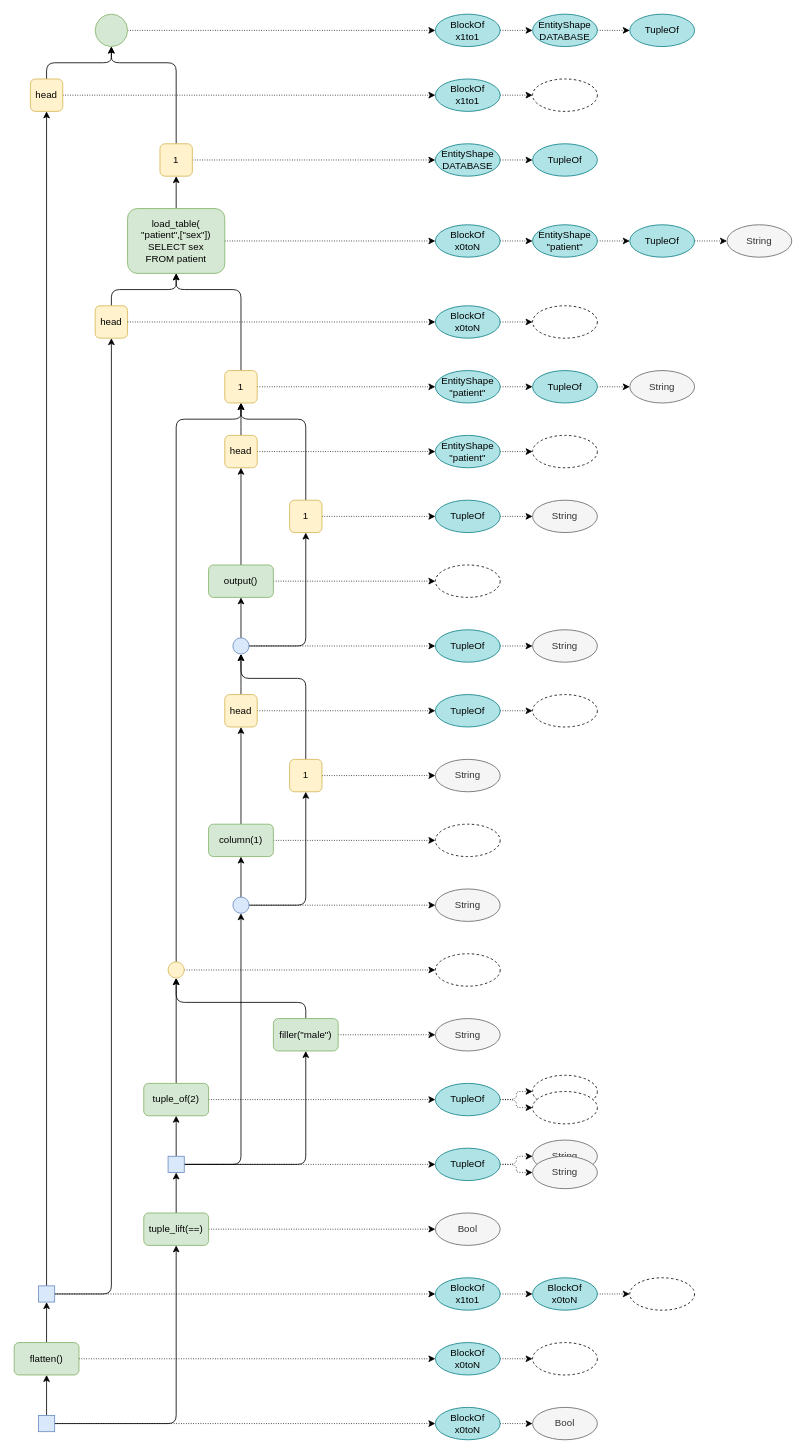
Above: page 4 of 7 of sql-tracing.drawio in rbt-lang/diagrams (draw.io), before the change. Source tidied: cells renumbered, new cells numbered last; positions are measured from the earlier drawing's top-left corner, leaving out a move shared by most shapes. Both pictures are drawn from the tidied source at 81%, with x=0, y=0 at pixel (14, 14).
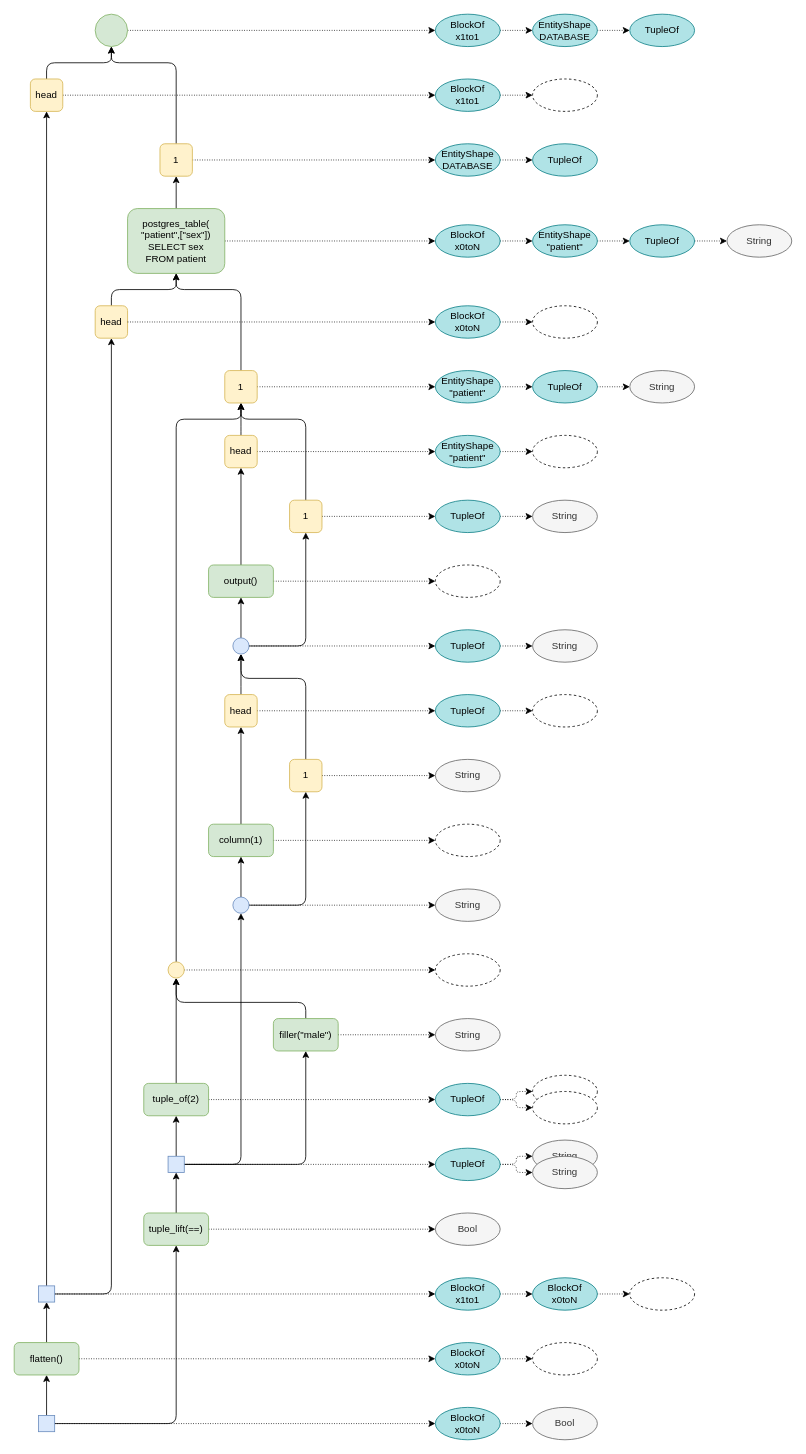
The same page after the edit.

Change to the diagram source:
```diff
@@
-    <mxCell id="111" value="load_table(&lt;br&gt;&quot;patient&quot;,[&quot;sex&quot;])&lt;br&gt;SELECT sex&lt;br&gt;FROM patient" style="rounded=1;whiteSpace=wrap;html=1;fillColor=#d5e8d4;strokeColor=#82b366;" parent="1" vertex="1">
+    <mxCell id="111" value="postgres_table(&lt;br&gt;&quot;patient&quot;,[&quot;sex&quot;])&lt;br&gt;SELECT sex&lt;br&gt;FROM patient" style="rounded=1;whiteSpace=wrap;html=1;fillColor=#d5e8d4;strokeColor=#82b366;" parent="1" vertex="1">
       <mxGeometry x="140" y="240" width="120" height="80" as="geometry" />
     </mxCell>
```
